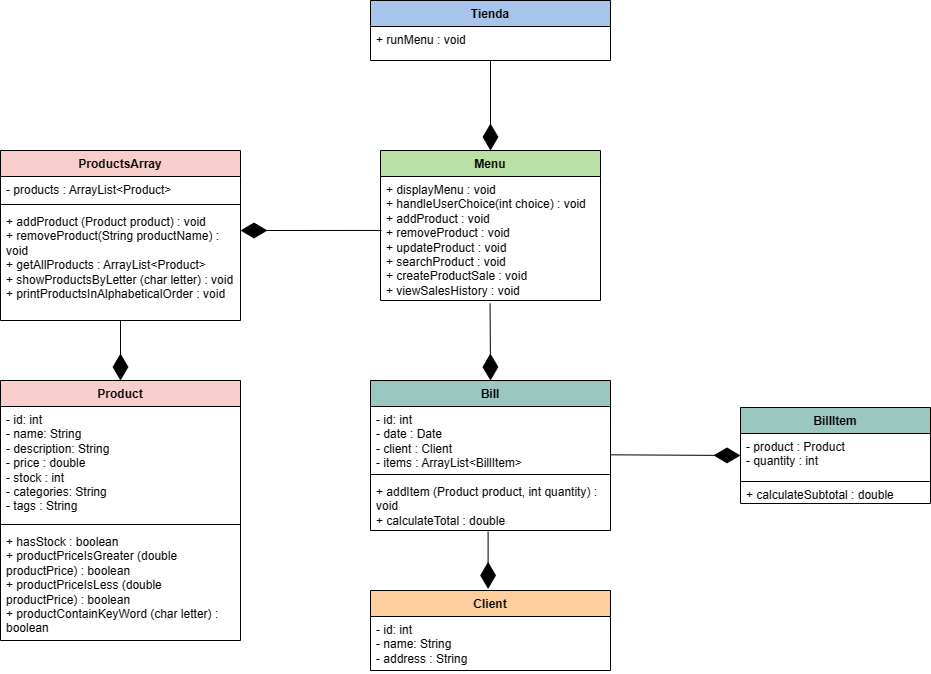
Earlier version of the draw.io export src/main/java/UML/Diagrama Tienda.drawio.png (ggomez1403/proyecto-app-tienda-ada). Source tidied: cells renumbered, new cells last; positions are measured from the earlier drawing's top-left corner, leaving out a move shared by most shapes.
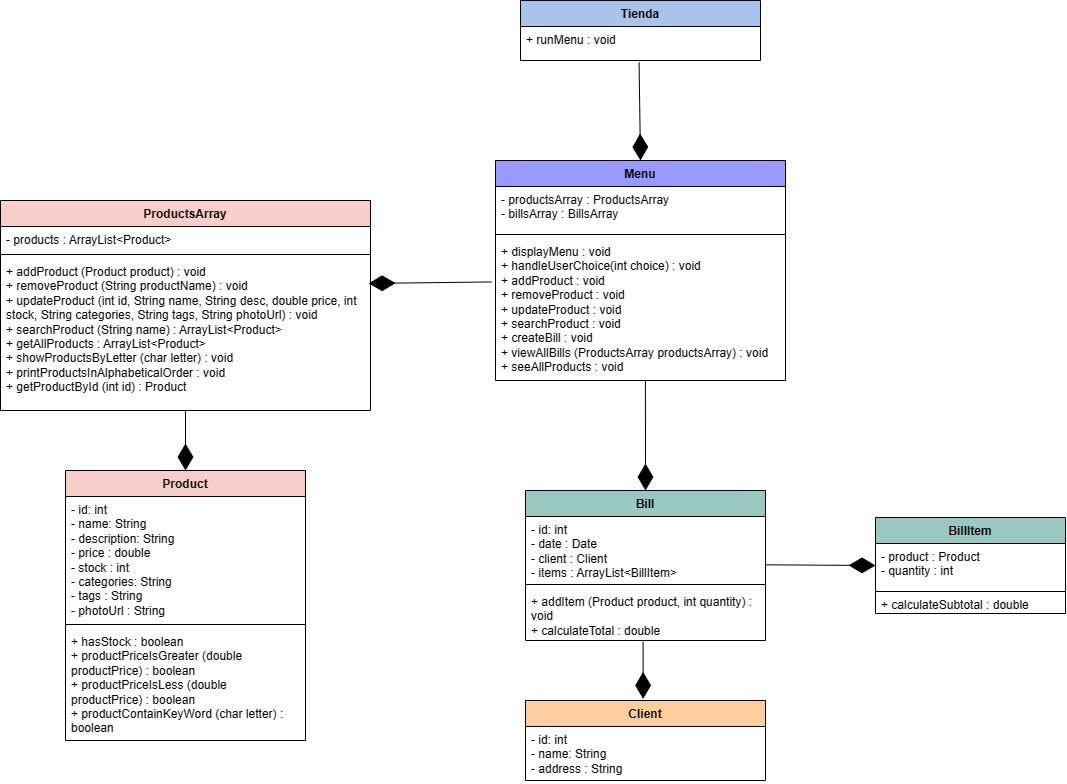
The same diagram one commit later.

Commit message:
UML diagram updated

Change to the diagram source:
```diff
@@ -3,25 +3,19 @@
     <mxCell id="0" />
     <mxCell id="1" parent="0" />
     <mxCell id="2" value="Product" style="swimlane;fontStyle=1;align=center;verticalAlign=top;horizontal=1;startSize=26;whiteSpace=wrap;html=1;fillColor=#F8CECC;" parent="1" vertex="1">
-      <mxGeometry y="380" width="240" height="260" as="geometry" />
+      <mxGeometry x="-70" y="410" width="240" height="270" as="geometry" />
     </mxCell>
-    <mxCell id="3" value="- id: int&lt;br&gt;- name: String&lt;br&gt;- description: String&lt;br&gt;- price : double&lt;br&gt;- stock : int&lt;br&gt;- categories: String&lt;br&gt;- tags : String" style="text;strokeColor=none;fillColor=none;align=left;verticalAlign=top;spacingLeft=4;spacingRight=4;overflow=hidden;whiteSpace=wrap;html=1;" parent="2" vertex="1">
-      <mxGeometry y="26" width="240" height="114" as="geometry" />
+    <mxCell id="3" value="- id: int&lt;br&gt;- name: String&lt;br&gt;- description: String&lt;br&gt;- price : double&lt;br&gt;- stock : int&lt;br&gt;- categories: String&lt;br&gt;- tags : String&lt;br&gt;- photoUrl : String" style="text;strokeColor=none;fillColor=none;align=left;verticalAlign=top;spacingLeft=4;spacingRight=4;overflow=hidden;whiteSpace=wrap;html=1;" parent="2" vertex="1">
+      <mxGeometry y="26" width="240" height="124" as="geometry" />
     </mxCell>
     <mxCell id="4" style="line;strokeWidth=1;fillColor=none;align=left;verticalAlign=middle;spacingTop=-1;spacingLeft=3;spacingRight=3;labelPosition=right;strokeColor=inherit;" parent="2" vertex="1">
-      <mxGeometry y="140" width="240" height="8" as="geometry" />
+      <mxGeometry y="150" width="240" height="8" as="geometry" />
     </mxCell>
     <mxCell id="5" value="+ hasStock : boolean&lt;br&gt;+&amp;nbsp;productPriceIsGreater (double productPrice) : boolean&lt;br&gt;+&amp;nbsp;productPriceIsLess (double productPrice) : boolean&lt;br&gt;+&amp;nbsp;productContainKeyWord (char letter) : boolean&lt;br&gt;" style="text;strokeColor=none;fillColor=none;align=left;verticalAlign=top;spacingLeft=4;spacingRight=4;overflow=hidden;whiteSpace=wrap;html=1;" parent="2" vertex="1">
-      <mxGeometry y="148" width="240" height="112" as="geometry" />
+      <mxGeometry y="158" width="240" height="112" as="geometry" />
     </mxCell>
-    <mxCell id="6" value="Menu" style="swimlane;fontStyle=1;align=center;verticalAlign=top;horizontal=1;startSize=26;whiteSpace=wrap;html=1;fillColor=#B9E0A5;" parent="1" vertex="1">
-      <mxGeometry x="380" y="150" width="220" height="150" as="geometry" />
-    </mxCell>
-    <mxCell id="7" value="+ displayMenu : void&lt;br&gt;+&amp;nbsp;handleUserChoice(int choice) : void&lt;br&gt;+ addProduct : void&lt;br&gt;+ removeProduct : void&lt;br&gt;+ updateProduct : void&lt;br&gt;+ searchProduct : void&lt;br&gt;+ createProductSale : void&lt;br&gt;+ viewSalesHistory : void" style="text;strokeColor=none;fillColor=none;align=left;verticalAlign=top;spacingLeft=4;spacingRight=4;overflow=hidden;points=[[0,0.5],[1,0.5]];portConstraint=eastwest;whiteSpace=wrap;html=1;" parent="6" vertex="1">
-      <mxGeometry y="26" width="220" height="124" as="geometry" />
-    </mxCell>
     <mxCell id="8" value="BillItem" style="swimlane;fontStyle=1;align=center;verticalAlign=top;horizontal=1;startSize=26;whiteSpace=wrap;html=1;fillColor=#9AC7BF;" parent="1" vertex="1">
-      <mxGeometry x="740" y="407" width="190" height="96" as="geometry" />
+      <mxGeometry x="740" y="457" width="190" height="96" as="geometry" />
     </mxCell>
     <mxCell id="9" value="- product : Product&lt;br&gt;- quantity : int" style="text;strokeColor=none;fillColor=none;align=left;verticalAlign=top;spacingLeft=4;spacingRight=4;overflow=hidden;points=[[0,0.5],[1,0.5]];portConstraint=eastwest;whiteSpace=wrap;html=1;" parent="8" vertex="1">
       <mxGeometry y="26" width="190" height="44" as="geometry" />
@@ -33,25 +27,25 @@
       <mxGeometry y="78" width="190" height="18" as="geometry" />
     </mxCell>
     <mxCell id="12" value="ProductsArray" style="swimlane;fontStyle=1;align=center;verticalAlign=top;horizontal=1;startSize=26;whiteSpace=wrap;html=1;fillColor=#F8CECC;" parent="1" vertex="1">
-      <mxGeometry y="150" width="240" height="170" as="geometry" />
+      <mxGeometry x="-135" y="140" width="370" height="210" as="geometry" />
     </mxCell>
     <mxCell id="13" value="- products :&amp;nbsp;ArrayList&amp;lt;Product&amp;gt;" style="text;strokeColor=none;fillColor=none;align=left;verticalAlign=top;spacingLeft=4;spacingRight=4;overflow=hidden;whiteSpace=wrap;html=1;" parent="12" vertex="1">
-      <mxGeometry y="26" width="240" height="24" as="geometry" />
+      <mxGeometry y="26" width="370" height="24" as="geometry" />
     </mxCell>
     <mxCell id="14" style="line;strokeWidth=1;fillColor=none;align=left;verticalAlign=middle;spacingTop=-1;spacingLeft=3;spacingRight=3;labelPosition=right;strokeColor=inherit;" parent="12" vertex="1">
-      <mxGeometry y="50" width="240" height="8" as="geometry" />
+      <mxGeometry y="50" width="370" height="8" as="geometry" />
     </mxCell>
-    <mxCell id="15" value="+ addProduct (Product product) : void&lt;br&gt;+ removeProduct(String productName) : void&lt;br&gt;+ getAllProducts : ArrayList&amp;lt;Product&amp;gt;&lt;br&gt;+&amp;nbsp;showProductsByLetter (char letter) : void&lt;br&gt;+&amp;nbsp;printProductsInAlphabeticalOrder : void" style="text;strokeColor=none;fillColor=none;align=left;verticalAlign=top;spacingLeft=4;spacingRight=4;overflow=hidden;points=[[0,0.5],[1,0.5]];portConstraint=eastwest;whiteSpace=wrap;html=1;" parent="12" vertex="1">
-      <mxGeometry y="58" width="240" height="112" as="geometry" />
+    <mxCell id="15" value="+ addProduct (Product product) : void&lt;br&gt;+ removeProduct (String productName) : void&lt;br&gt;+&amp;nbsp;updateProduct (int id, String name, String desc, double price, int stock, String categories, String tags, String photoUrl) : void&lt;br&gt;+ searchProduct (String name) : ArrayList&amp;lt;Product&amp;gt;&lt;br&gt;+ getAllProducts : ArrayList&amp;lt;Product&amp;gt;&lt;br&gt;+&amp;nbsp;showProductsByLetter (char letter) : void&lt;br&gt;+&amp;nbsp;printProductsInAlphabeticalOrder : void&lt;br&gt;+ getProductById (int id) : Product" style="text;strokeColor=none;fillColor=none;align=left;verticalAlign=top;spacingLeft=4;spacingRight=4;overflow=hidden;points=[[0,0.5],[1,0.5]];portConstraint=eastwest;whiteSpace=wrap;html=1;" parent="12" vertex="1">
+      <mxGeometry y="58" width="370" height="152" as="geometry" />
     </mxCell>
     <mxCell id="16" value="Client" style="swimlane;fontStyle=1;align=center;verticalAlign=top;horizontal=1;startSize=26;whiteSpace=wrap;html=1;fillColor=#FFCE9F;" parent="1" vertex="1">
-      <mxGeometry x="370" y="590" width="240" height="80" as="geometry" />
+      <mxGeometry x="390" y="640" width="240" height="80" as="geometry" />
     </mxCell>
     <mxCell id="17" value="- id: int&lt;br&gt;- name: String&lt;br&gt;- address : String" style="text;strokeColor=none;fillColor=none;align=left;verticalAlign=top;spacingLeft=4;spacingRight=4;overflow=hidden;whiteSpace=wrap;html=1;" parent="16" vertex="1">
       <mxGeometry y="26" width="240" height="54" as="geometry" />
     </mxCell>
     <mxCell id="18" value="Bill" style="swimlane;fontStyle=1;align=center;verticalAlign=top;horizontal=1;startSize=26;whiteSpace=wrap;html=1;fillColor=#9AC7BF;" parent="1" vertex="1">
-      <mxGeometry x="370" y="380" width="240" height="150" as="geometry" />
+      <mxGeometry x="390" y="430" width="240" height="150" as="geometry" />
     </mxCell>
     <mxCell id="19" value="- id: int&lt;br&gt;- date : Date&lt;br&gt;- client : Client&lt;br&gt;- items : ArrayList&amp;lt;BillItem&amp;gt;" style="text;strokeColor=none;fillColor=none;align=left;verticalAlign=top;spacingLeft=4;spacingRight=4;overflow=hidden;points=[[0,0.5],[1,0.5]];portConstraint=eastwest;whiteSpace=wrap;html=1;" parent="18" vertex="1">
       <mxGeometry y="26" width="240" height="64" as="geometry" />
@@ -63,20 +57,16 @@
       <mxGeometry y="98" width="240" height="52" as="geometry" />
     </mxCell>
     <mxCell id="22" value="Tienda" style="swimlane;fontStyle=1;align=center;verticalAlign=top;horizontal=1;startSize=26;whiteSpace=wrap;html=1;fillColor=#A9C4EB;" parent="1" vertex="1">
-      <mxGeometry x="370" width="240" height="60" as="geometry" />
+      <mxGeometry x="385" y="-60" width="240" height="60" as="geometry" />
     </mxCell>
     <mxCell id="23" value="+ runMenu : void" style="text;strokeColor=none;fillColor=none;align=left;verticalAlign=top;spacingLeft=4;spacingRight=4;overflow=hidden;points=[[0,0.5],[1,0.5]];portConstraint=eastwest;whiteSpace=wrap;html=1;" parent="22" vertex="1">
       <mxGeometry y="26" width="240" height="34" as="geometry" />
     </mxCell>
-    <mxCell id="24" style="endArrow=diamondThin;endFill=1;endSize=24;html=1;rounded=0;entryX=0.5;entryY=0;entryDx=0;entryDy=0;" parent="1" edge="1" target="6">
-      <mxGeometry relative="1" as="geometry">
-        <mxPoint x="490" y="60" as="sourcePoint" />
-      </mxGeometry>
+    <mxCell id="24" style="endArrow=diamondThin;endFill=1;endSize=24;html=1;rounded=0;entryX=0.5;entryY=0;entryDx=0;entryDy=0;exitX=0.494;exitY=1.057;exitDx=0;exitDy=0;exitPerimeter=0;" parent="1" edge="1" source="23" target="6">
+      <mxGeometry relative="1" as="geometry" />
     </mxCell>
-    <mxCell id="25" style="endArrow=diamondThin;endFill=1;endSize=24;html=1;rounded=0;exitX=0.005;exitY=0.435;exitDx=0;exitDy=0;exitPerimeter=0;" parent="1" edge="1" source="7">
-      <mxGeometry relative="1" as="geometry">
-        <mxPoint x="240" y="230" as="targetPoint" />
-      </mxGeometry>
+    <mxCell id="25" style="endArrow=diamondThin;endFill=1;endSize=24;html=1;rounded=0;exitX=-0.014;exitY=0.306;exitDx=0;exitDy=0;exitPerimeter=0;entryX=0.995;entryY=0.164;entryDx=0;entryDy=0;entryPerimeter=0;" parent="1" edge="1" source="32" target="15">
+      <mxGeometry relative="1" as="geometry" />
     </mxCell>
     <mxCell id="26" style="endArrow=diamondThin;endFill=1;endSize=24;html=1;rounded=0;" parent="1" edge="1" source="15" target="2">
       <mxGeometry relative="1" as="geometry" />
@@ -84,11 +74,23 @@
     <mxCell id="27" style="endArrow=diamondThin;endFill=1;endSize=24;html=1;rounded=0;exitX=0.998;exitY=0.755;exitDx=0;exitDy=0;exitPerimeter=0;entryX=0;entryY=0.5;entryDx=0;entryDy=0;" parent="1" edge="1" source="19" target="9">
       <mxGeometry relative="1" as="geometry" />
     </mxCell>
-    <mxCell id="28" style="endArrow=diamondThin;endFill=1;endSize=24;html=1;rounded=0;exitX=0.498;exitY=1.024;exitDx=0;exitDy=0;exitPerimeter=0;entryX=0.5;entryY=0;entryDx=0;entryDy=0;" parent="1" edge="1" source="7" target="18">
+    <mxCell id="28" style="endArrow=diamondThin;endFill=1;endSize=24;html=1;rounded=0;exitX=0.517;exitY=0.997;exitDx=0;exitDy=0;exitPerimeter=0;entryX=0.5;entryY=0;entryDx=0;entryDy=0;" parent="1" edge="1" source="32" target="18">
       <mxGeometry relative="1" as="geometry" />
     </mxCell>
     <mxCell id="29" style="endArrow=diamondThin;endFill=1;endSize=24;html=1;rounded=0;exitX=0.49;exitY=1.018;exitDx=0;exitDy=0;exitPerimeter=0;entryX=0.49;entryY=-0.02;entryDx=0;entryDy=0;entryPerimeter=0;" parent="1" edge="1" source="21" target="16">
       <mxGeometry relative="1" as="geometry" />
     </mxCell>
+    <mxCell id="6" value="Menu" style="swimlane;fontStyle=1;align=center;verticalAlign=top;horizontal=1;startSize=26;whiteSpace=wrap;html=1;fillColor=#9999FF;" parent="1" vertex="1">
+      <mxGeometry x="360" y="100" width="290" height="220" as="geometry" />
+    </mxCell>
+    <mxCell id="30" value="- productsArray : ProductsArray&lt;br&gt;- billsArray : BillsArray" style="text;strokeColor=none;fillColor=none;align=left;verticalAlign=top;spacingLeft=4;spacingRight=4;overflow=hidden;whiteSpace=wrap;html=1;" parent="6" vertex="1">
+      <mxGeometry y="26" width="290" height="44" as="geometry" />
+    </mxCell>
+    <mxCell id="31" style="line;strokeWidth=1;fillColor=none;align=left;verticalAlign=middle;spacingTop=-1;spacingLeft=3;spacingRight=3;labelPosition=right;strokeColor=inherit;" parent="6" vertex="1">
+      <mxGeometry y="70" width="290" height="8" as="geometry" />
+    </mxCell>
+    <mxCell id="32" value="+ displayMenu : void&lt;br style=&quot;border-color: var(--border-color);&quot;&gt;+&amp;nbsp;handleUserChoice(int choice) : void&lt;br style=&quot;border-color: var(--border-color);&quot;&gt;+ addProduct : void&lt;br style=&quot;border-color: var(--border-color);&quot;&gt;+ removeProduct : void&lt;br style=&quot;border-color: var(--border-color);&quot;&gt;+ updateProduct : void&lt;br style=&quot;border-color: var(--border-color);&quot;&gt;+ searchProduct : void&lt;br style=&quot;border-color: var(--border-color);&quot;&gt;+ createBill : void&lt;br style=&quot;border-color: var(--border-color);&quot;&gt;+ viewAllBills (ProductsArray productsArray) : void&lt;br&gt;+ seeAllProducts : void" style="text;strokeColor=none;fillColor=none;align=left;verticalAlign=top;spacingLeft=4;spacingRight=4;overflow=hidden;points=[[0,0.5],[1,0.5]];portConstraint=eastwest;whiteSpace=wrap;html=1;" parent="6" vertex="1">
+      <mxGeometry y="78" width="290" height="142" as="geometry" />
+    </mxCell>
   </root>
 </mxGraphModel>
```
